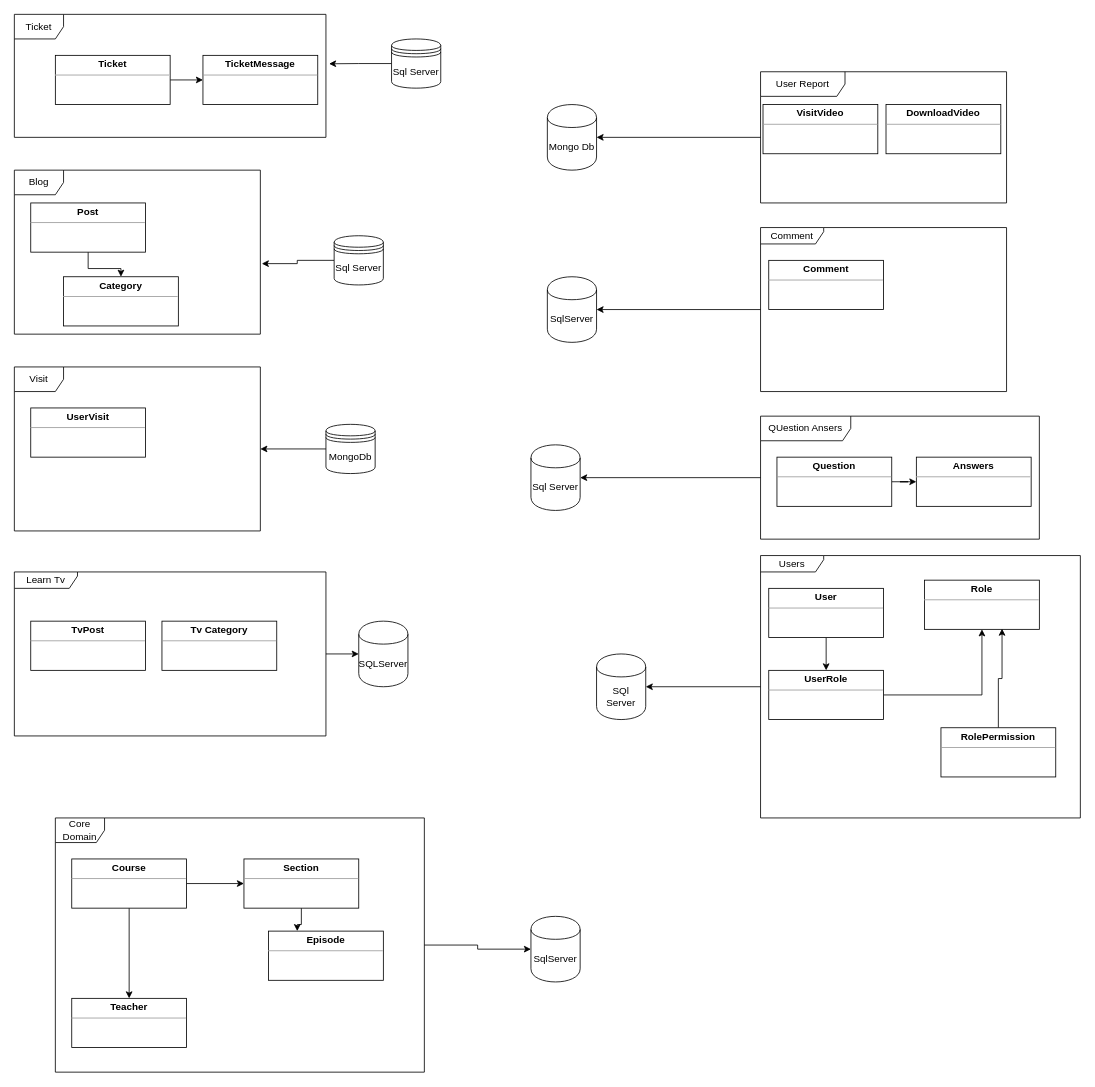
Before: Docs/ClassDiagram.drawio in MiladHeidarpour/DigiLearn, a draw.io diagram. Source tidied: cells renumbered, new cells numbered last; positions are measured from the earlier drawing's top-left corner, leaving out a move shared by most shapes. Both pictures are drawn from the tidied source at 82%, with x=0, y=0 at pixel (14, 14).
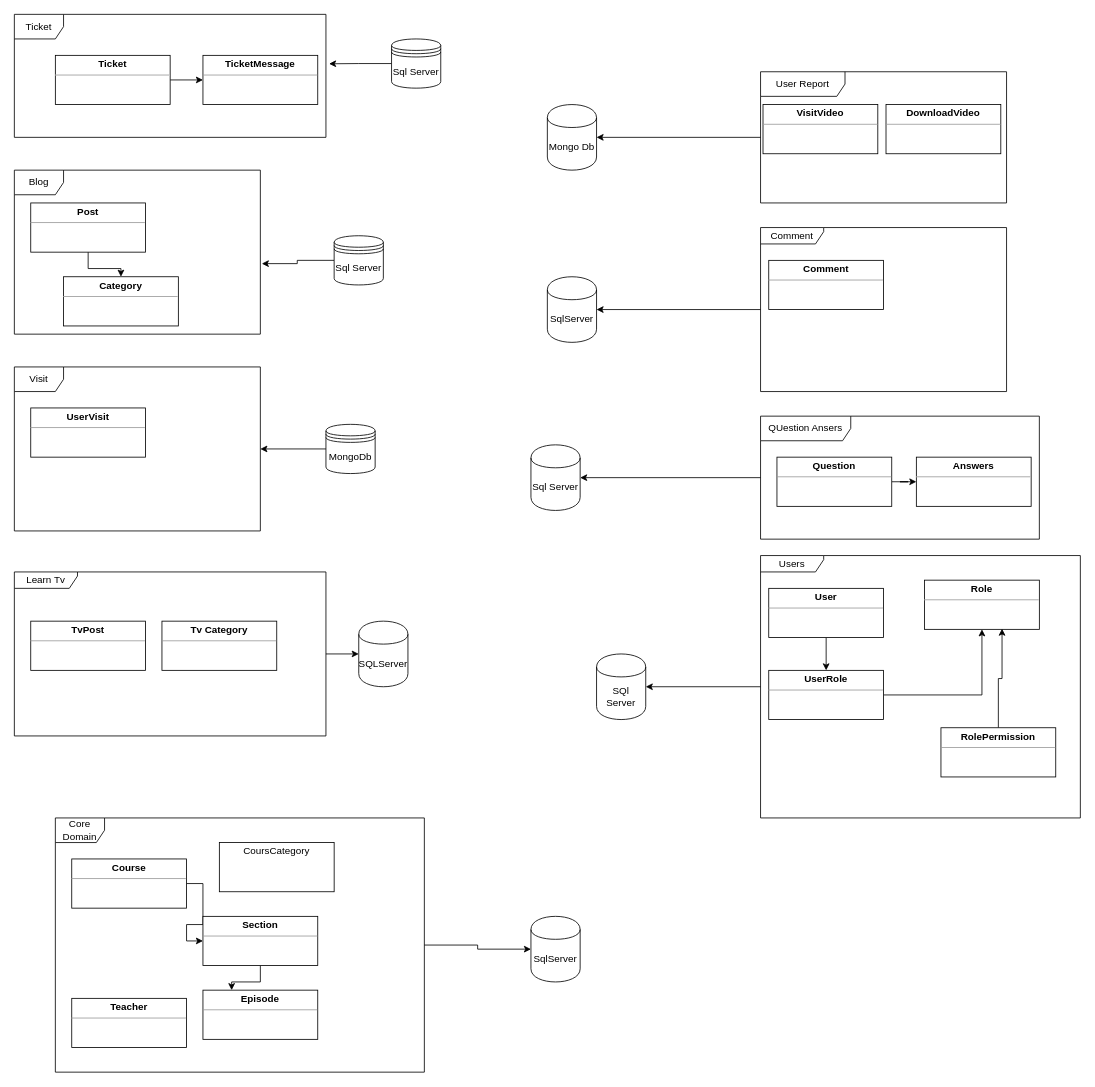
The same diagram, later.

The change refers to these unchanged cells:
```xml
<mxCell id="53" value="&lt;p style=&quot;margin: 0px ; margin-top: 4px ; text-align: center&quot;&gt;&lt;b&gt;Course&lt;/b&gt;&lt;/p&gt;&lt;hr size=&quot;1&quot;&gt;&lt;div style=&quot;height: 2px&quot;&gt;&lt;/div&gt;" style="verticalAlign=top;align=left;overflow=fill;fontSize=12;fontFamily=Helvetica;html=1;" parent="1" vertex="1">
  <mxGeometry x="70" y="1030" width="140" height="60" as="geometry" />
</mxCell>
<mxCell id="57" value="&lt;p style=&quot;margin: 0px ; margin-top: 4px ; text-align: center&quot;&gt;&lt;b&gt;Teacher&lt;/b&gt;&lt;/p&gt;&lt;hr size=&quot;1&quot;&gt;&lt;div style=&quot;height: 2px&quot;&gt;&lt;/div&gt;" style="verticalAlign=top;align=left;overflow=fill;fontSize=12;fontFamily=Helvetica;html=1;" parent="1" vertex="1">
  <mxGeometry x="70" y="1200" width="140" height="60" as="geometry" />
</mxCell>
```

The edit, as a diff of the source:
```diff
@@
-    <mxCell id="52" style="edgeStyle=orthogonalEdgeStyle;rounded=0;jettySize=auto;html=1;entryX=0.5;entryY=0;entryDx=0;entryDy=0;" parent="1" edge="1" source="53" target="57">
-      <mxGeometry relative="1" as="geometry" />
-    </mxCell>
@@
     <mxCell id="55" value="&lt;p style=&quot;margin: 0px ; margin-top: 4px ; text-align: center&quot;&gt;&lt;b&gt;Section&lt;/b&gt;&lt;/p&gt;&lt;hr size=&quot;1&quot;&gt;&lt;div style=&quot;height: 2px&quot;&gt;&lt;/div&gt;" style="verticalAlign=top;align=left;overflow=fill;fontSize=12;fontFamily=Helvetica;html=1;" parent="1" vertex="1">
-      <mxGeometry x="280" y="1030" width="140" height="60" as="geometry" />
+      <mxGeometry x="230" y="1100" width="140" height="60" as="geometry" />
     </mxCell>
     <mxCell id="56" value="&lt;p style=&quot;margin: 0px ; margin-top: 4px ; text-align: center&quot;&gt;&lt;b&gt;Episode&lt;/b&gt;&lt;/p&gt;&lt;hr size=&quot;1&quot;&gt;&lt;div style=&quot;height: 2px&quot;&gt;&lt;/div&gt;" style="verticalAlign=top;align=left;overflow=fill;fontSize=12;fontFamily=Helvetica;html=1;" parent="1" vertex="1">
-      <mxGeometry x="310" y="1118" width="140" height="60" as="geometry" />
+      <mxGeometry x="230" y="1190" width="140" height="60" as="geometry" />
     </mxCell>
@@
+    <mxCell id="59" value="&lt;p style=&quot;margin: 0px ; margin-top: 4px ; text-align: center&quot;&gt;CoursCategory&lt;/p&gt;" style="verticalAlign=top;align=left;overflow=fill;fontSize=12;fontFamily=Helvetica;html=1;" parent="1" vertex="1">
+      <mxGeometry x="250" y="1010" width="140" height="60" as="geometry" />
+    </mxCell>
```
